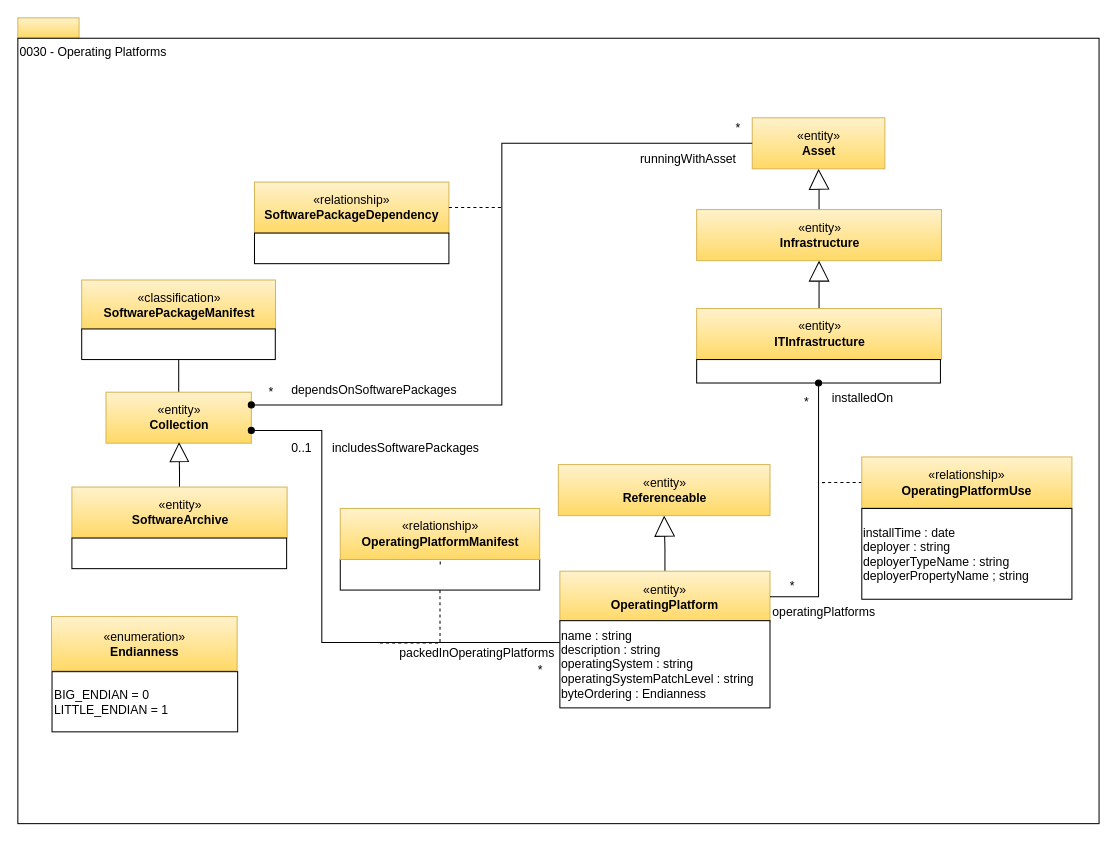
Earlier version of the draw.io diagram page "0030-Operating-Platforms" (16 of 29) of site/docs/types/0/area-0-basic-types-and-infrastructure.drawio (odpi/egeria-docs). Source tidied: cells renumbered, new cells numbered last; positions are measured from the earlier drawing's top-left corner, leaving out a move shared by most shapes. Both pictures are drawn from the tidied source at 102%, with x=0, y=0 at pixel (17, 17).
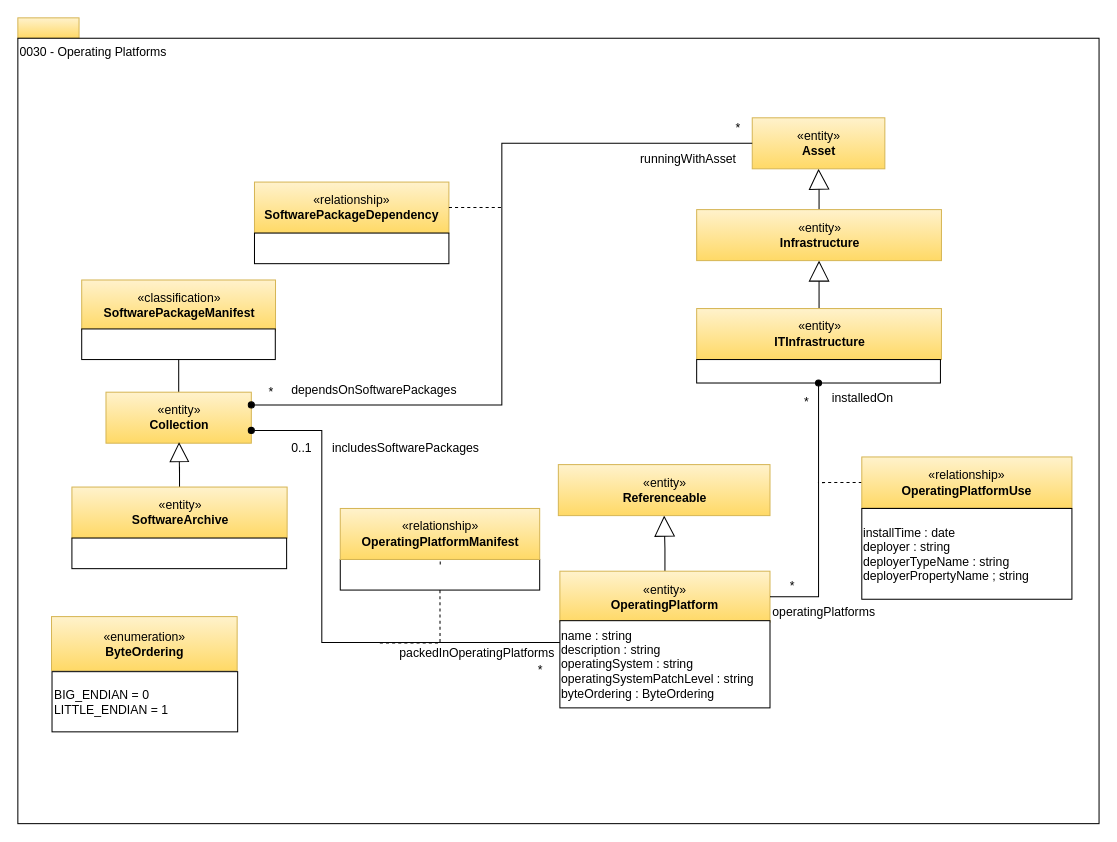
After the change.

Diff of the diagram source:
```diff
@@
-    <mxCell id="15" value="name : string&lt;br&gt;description : string&lt;br&gt;operatingSystem : string&lt;br&gt;operatingSystemPatchLevel : string&lt;br&gt;byteOrdering : Endianness" style="rounded=0;whiteSpace=wrap;html=1;strokeColor=#000000;gradientColor=#ffffff;align=left;" parent="1" vertex="1">
+    <mxCell id="15" value="name : string&lt;br&gt;description : string&lt;br&gt;operatingSystem : string&lt;br&gt;operatingSystemPatchLevel : string&lt;br&gt;byteOrdering : ByteOrdering" style="rounded=0;whiteSpace=wrap;html=1;strokeColor=#000000;gradientColor=#ffffff;align=left;" parent="1" vertex="1">
       <mxGeometry x="531.4" y="591" width="206" height="85.5" as="geometry" />
     </mxCell>
@@
-    <mxCell id="20" value="«enumeration»&lt;br&gt;&lt;b&gt;Endianness&lt;/b&gt;" style="html=1;strokeColor=#d6b656;align=center;fillColor=#fff2cc;gradientColor=#ffd966;" parent="1" vertex="1">
+    <mxCell id="20" value="«enumeration»&lt;br&gt;&lt;b&gt;ByteOrdering&lt;/b&gt;" style="html=1;strokeColor=#d6b656;align=center;fillColor=#fff2cc;gradientColor=#ffd966;" parent="1" vertex="1">
       <mxGeometry x="33" y="587" width="182" height="53" as="geometry" />
     </mxCell>
```
